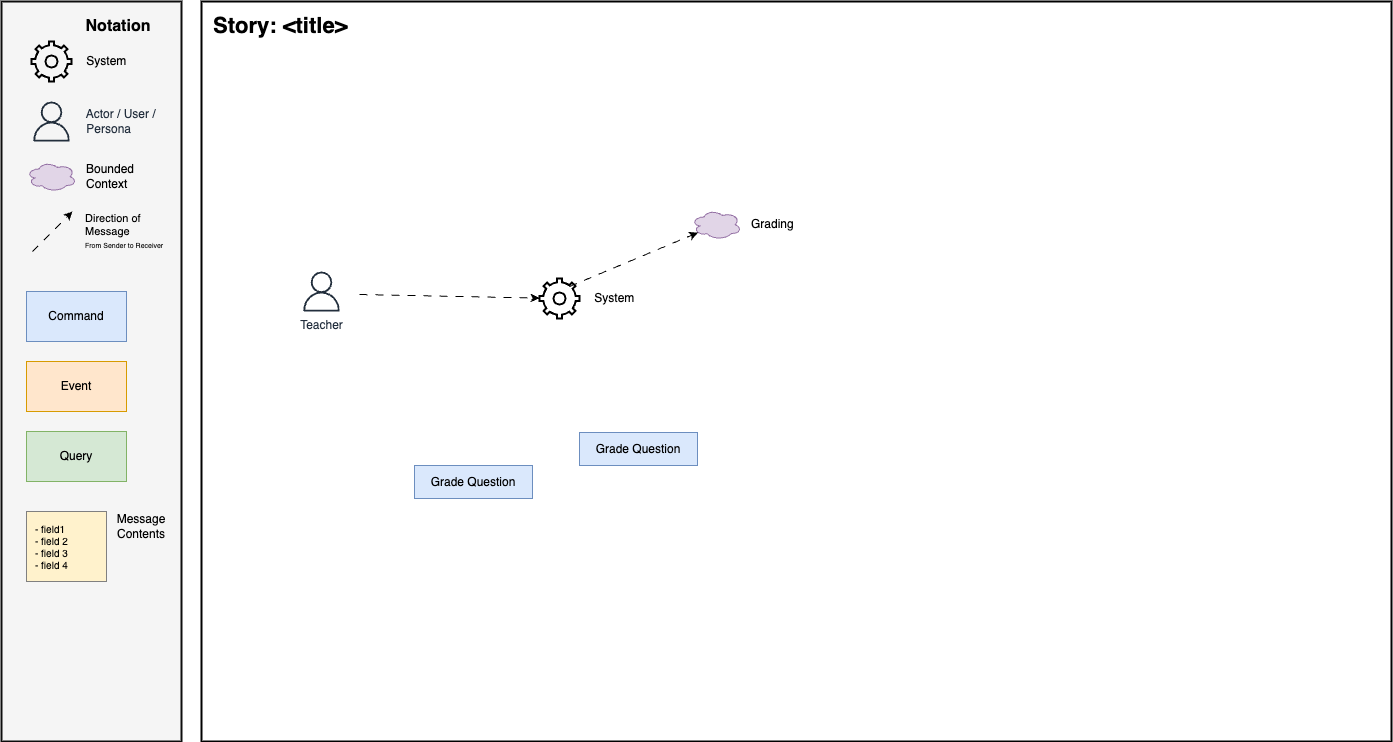
cooperlutz/go-full keeps this draw.io diagram as docs/docs/domain_modelling/_img/kata_domain_message_flows/grader_grades_question.drawio.png. Above is the earlier version. Source tidied: cells renumbered, new cells last; positions are measured from the earlier drawing's top-left corner, leaving out a move shared by most shapes.
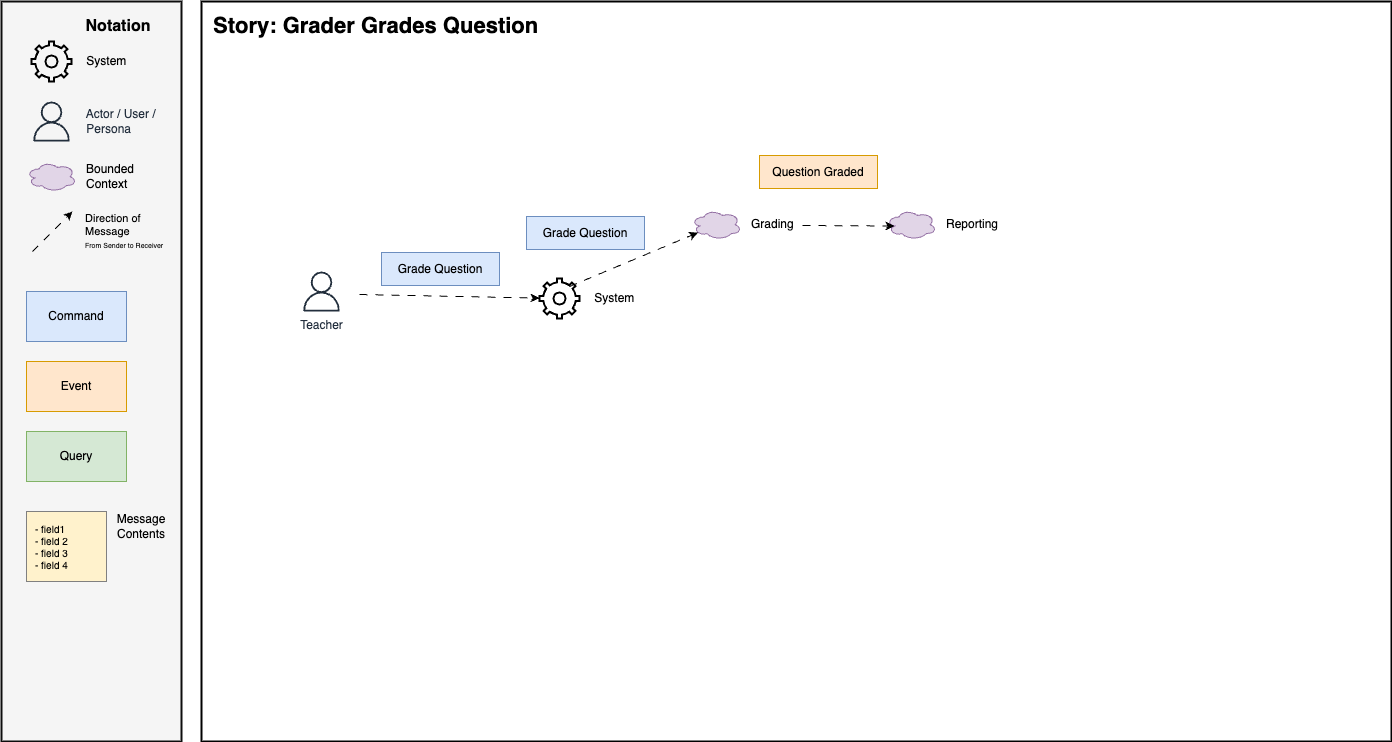
After the change.

Diff of the diagram source:
```diff
@@ -41,7 +41,7 @@
     <mxCell id="13" value="Message&lt;br&gt;Contents" style="text;html=1;strokeColor=none;fillColor=none;align=center;verticalAlign=middle;whiteSpace=wrap;rounded=0;" parent="1" vertex="1">
       <mxGeometry x="110" y="510" width="60" height="30" as="geometry" />
     </mxCell>
-    <mxCell id="14" value="Story: &amp;lt;title&amp;gt;" style="text;html=1;align=left;verticalAlign=middle;whiteSpace=wrap;rounded=0;fontSize=22;fontStyle=1;" parent="1" vertex="1">
+    <mxCell id="14" value="Story: Grader Grades Question" style="text;html=1;align=left;verticalAlign=middle;whiteSpace=wrap;rounded=0;fontSize=22;fontStyle=1;" parent="1" vertex="1">
       <mxGeometry x="210" y="10" width="1170" height="30" as="geometry" />
     </mxCell>
     <mxCell id="15" value="Teacher" style="sketch=0;fontColor=#232F3E;gradientColor=none;fillColor=#232F3D;strokeColor=none;dashed=0;verticalLabelPosition=bottom;verticalAlign=top;align=center;html=1;fontSize=12;fontStyle=0;shape=mxgraph.aws4.user;labelPosition=center;" parent="1" vertex="1">
@@ -57,7 +57,7 @@
       </mxGeometry>
     </mxCell>
     <mxCell id="18" value="Grade Question" style="rounded=0;whiteSpace=wrap;html=1;fillColor=#dae8fc;strokeColor=#6c8ebf;" parent="1" vertex="1">
-      <mxGeometry x="413" y="464" width="118" height="33" as="geometry" />
+      <mxGeometry x="380" y="251" width="118" height="33" as="geometry" />
     </mxCell>
     <mxCell id="19" value="Grading" style="ellipse;shape=cloud;whiteSpace=wrap;html=1;align=left;fillColor=#e1d5e7;strokeColor=#9673a6;labelPosition=right;verticalLabelPosition=middle;verticalAlign=middle;spacingLeft=8;" parent="1" vertex="1">
       <mxGeometry x="690" y="208" width="50" height="30" as="geometry" />
@@ -68,7 +68,19 @@
       </mxGeometry>
     </mxCell>
     <mxCell id="21" value="&lt;span style=&quot;color: rgb(0, 0, 0);&quot;&gt;Grade Question&lt;/span&gt;" style="rounded=0;whiteSpace=wrap;html=1;fillColor=#dae8fc;strokeColor=#6c8ebf;" parent="1" vertex="1">
-      <mxGeometry x="578" y="431" width="118" height="33" as="geometry" />
+      <mxGeometry x="525" y="215" width="118" height="33" as="geometry" />
     </mxCell>
+    <mxCell id="22" value="Reporting" style="ellipse;shape=cloud;whiteSpace=wrap;html=1;align=left;fillColor=#e1d5e7;strokeColor=#9673a6;labelPosition=right;verticalLabelPosition=middle;verticalAlign=middle;spacingLeft=8;" parent="1" vertex="1">
+      <mxGeometry x="885" y="208" width="50" height="30" as="geometry" />
+    </mxCell>
+    <mxCell id="23" style="endArrow=classic;html=1;rounded=0;endFill=1;dashed=1;dashPattern=8 8;labelBackgroundColor=none;align=left;spacingLeft=31;exitX=0.743;exitY=0.204;exitDx=0;exitDy=0;exitPerimeter=0;entryX=0.16;entryY=0.55;entryDx=0;entryDy=0;entryPerimeter=0;" parent="1" edge="1" target="22">
+      <mxGeometry x="-0.72" y="39" relative="1" as="geometry">
+        <mxPoint x="801" y="224" as="sourcePoint" />
+        <mxPoint y="1" as="offset" />
+      </mxGeometry>
+    </mxCell>
+    <mxCell id="24" value="&lt;span style=&quot;color: rgb(0, 0, 0);&quot;&gt;Question Graded&lt;/span&gt;" style="rounded=0;whiteSpace=wrap;html=1;fillColor=#ffe6cc;strokeColor=#d79b00;" parent="1" vertex="1">
+      <mxGeometry x="758" y="154" width="118" height="33" as="geometry" />
+    </mxCell>
   </root>
 </mxGraphModel>
```
